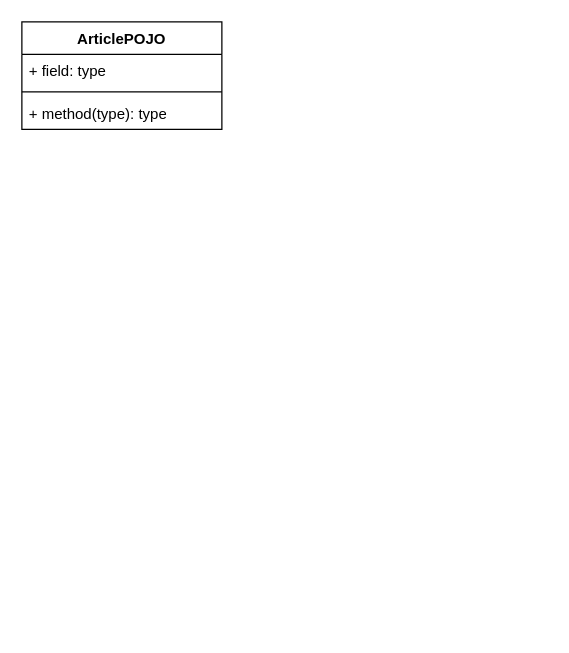
Above: UML.drawio in William-Practice/William-Practice (draw.io), before the change. Source tidied: cells renumbered, new cells numbered last; positions are measured from the earlier drawing's top-left corner, leaving out a move shared by most shapes. Both pictures are drawn from the tidied source at 125%, with x=0, y=0 at pixel (21, 21).
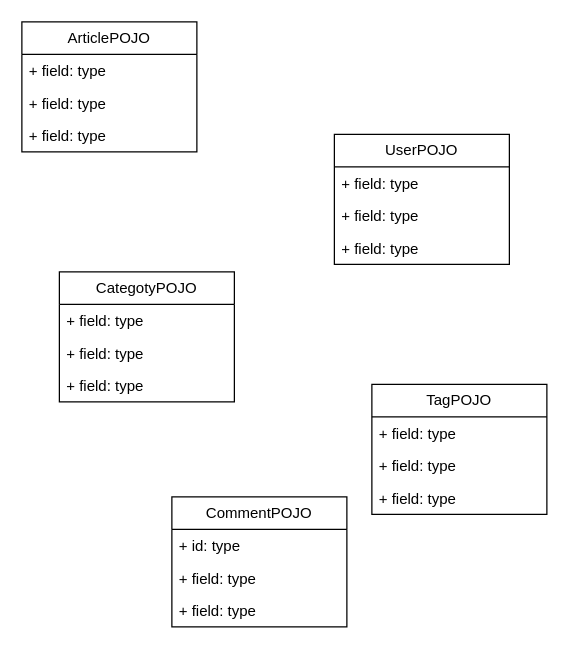
After the change.

The edit, as a diff of the source:
```diff
@@
-    <mxCell id="2" value="ArticlePOJO" style="swimlane;fontStyle=1;align=center;verticalAlign=top;horizontal=1;startSize=26;whiteSpace=wrap;html=1;" parent="1" vertex="1">
-      <mxGeometry width="160" height="86" as="geometry" />
+    <mxCell id="2" value="ArticlePOJO" style="swimlane;fontStyle=0;horizontal=1;startSize=26;fillColor=none;whiteSpace=wrap;html=1;" parent="1" vertex="1">
+      <mxGeometry width="140" height="104" as="geometry" />
     </mxCell>
-    <mxCell id="3" value="+ field: type" style="text;strokeColor=none;fillColor=none;align=left;verticalAlign=top;spacingLeft=4;spacingRight=4;overflow=hidden;whiteSpace=wrap;html=1;" parent="2" vertex="1">
-      <mxGeometry y="26" width="160" height="26" as="geometry" />
-    </mxCell>
-    <mxCell id="4" style="line;strokeWidth=1;fillColor=none;align=left;verticalAlign=middle;spacingTop=-1;spacingLeft=3;spacingRight=3;labelPosition=right;strokeColor=inherit;" parent="2" vertex="1">
-      <mxGeometry y="52" width="160" height="8" as="geometry" />
-    </mxCell>
-    <mxCell id="5" value="+ method(type): type" style="text;strokeColor=none;fillColor=none;align=left;verticalAlign=top;spacingLeft=4;spacingRight=4;overflow=hidden;whiteSpace=wrap;html=1;" parent="2" vertex="1">
-      <mxGeometry y="60" width="160" height="26" as="geometry" />
-    </mxCell>
+    <mxCell id="6" value="+ field: type" style="text;strokeColor=none;fillColor=none;align=left;verticalAlign=top;spacingLeft=4;spacingRight=4;overflow=hidden;whiteSpace=wrap;html=1;" parent="2" vertex="1">
+      <mxGeometry y="26" width="140" height="26" as="geometry" />
+    </mxCell>
+    <mxCell id="7" value="+ field: type" style="text;strokeColor=none;fillColor=none;align=left;verticalAlign=top;spacingLeft=4;spacingRight=4;overflow=hidden;whiteSpace=wrap;html=1;" parent="2" vertex="1">
+      <mxGeometry y="52" width="140" height="26" as="geometry" />
+    </mxCell>
+    <mxCell id="8" value="+ field: type" style="text;strokeColor=none;fillColor=none;align=left;verticalAlign=top;spacingLeft=4;spacingRight=4;overflow=hidden;whiteSpace=wrap;html=1;" parent="2" vertex="1">
+      <mxGeometry y="78" width="140" height="26" as="geometry" />
+    </mxCell>
+    <mxCell id="9" value="CategotyPOJO" style="swimlane;fontStyle=0;horizontal=1;startSize=26;fillColor=none;whiteSpace=wrap;html=1;" parent="1" vertex="1">
+      <mxGeometry x="30" y="200" width="140" height="104" as="geometry" />
+    </mxCell>
+    <mxCell id="10" value="+ field: type" style="text;strokeColor=none;fillColor=none;align=left;verticalAlign=top;spacingLeft=4;spacingRight=4;overflow=hidden;whiteSpace=wrap;html=1;" parent="9" vertex="1">
+      <mxGeometry y="26" width="140" height="26" as="geometry" />
+    </mxCell>
+    <mxCell id="11" value="+ field: type" style="text;strokeColor=none;fillColor=none;align=left;verticalAlign=top;spacingLeft=4;spacingRight=4;overflow=hidden;whiteSpace=wrap;html=1;" parent="9" vertex="1">
+      <mxGeometry y="52" width="140" height="26" as="geometry" />
+    </mxCell>
+    <mxCell id="12" value="+ field: type" style="text;strokeColor=none;fillColor=none;align=left;verticalAlign=top;spacingLeft=4;spacingRight=4;overflow=hidden;whiteSpace=wrap;html=1;" parent="9" vertex="1">
+      <mxGeometry y="78" width="140" height="26" as="geometry" />
+    </mxCell>
+    <mxCell id="13" value="UserPOJO" style="swimlane;fontStyle=0;horizontal=1;startSize=26;fillColor=none;whiteSpace=wrap;html=1;" parent="1" vertex="1">
+      <mxGeometry x="250" y="90" width="140" height="104" as="geometry" />
+    </mxCell>
+    <mxCell id="14" value="+ field: type" style="text;strokeColor=none;fillColor=none;align=left;verticalAlign=top;spacingLeft=4;spacingRight=4;overflow=hidden;whiteSpace=wrap;html=1;" parent="13" vertex="1">
+      <mxGeometry y="26" width="140" height="26" as="geometry" />
+    </mxCell>
+    <mxCell id="15" value="+ field: type" style="text;strokeColor=none;fillColor=none;align=left;verticalAlign=top;spacingLeft=4;spacingRight=4;overflow=hidden;whiteSpace=wrap;html=1;" parent="13" vertex="1">
+      <mxGeometry y="52" width="140" height="26" as="geometry" />
+    </mxCell>
+    <mxCell id="16" value="+ field: type" style="text;strokeColor=none;fillColor=none;align=left;verticalAlign=top;spacingLeft=4;spacingRight=4;overflow=hidden;whiteSpace=wrap;html=1;" parent="13" vertex="1">
+      <mxGeometry y="78" width="140" height="26" as="geometry" />
+    </mxCell>
+    <mxCell id="17" value="TagPOJO" style="swimlane;fontStyle=0;horizontal=1;startSize=26;fillColor=none;whiteSpace=wrap;html=1;" parent="1" vertex="1">
+      <mxGeometry x="280" y="290" width="140" height="104" as="geometry" />
+    </mxCell>
+    <mxCell id="18" value="+ field: type" style="text;strokeColor=none;fillColor=none;align=left;verticalAlign=top;spacingLeft=4;spacingRight=4;overflow=hidden;whiteSpace=wrap;html=1;" parent="17" vertex="1">
+      <mxGeometry y="26" width="140" height="26" as="geometry" />
+    </mxCell>
+    <mxCell id="19" value="+ field: type" style="text;strokeColor=none;fillColor=none;align=left;verticalAlign=top;spacingLeft=4;spacingRight=4;overflow=hidden;whiteSpace=wrap;html=1;" parent="17" vertex="1">
+      <mxGeometry y="52" width="140" height="26" as="geometry" />
+    </mxCell>
+    <mxCell id="20" value="+ field: type" style="text;strokeColor=none;fillColor=none;align=left;verticalAlign=top;spacingLeft=4;spacingRight=4;overflow=hidden;whiteSpace=wrap;html=1;" parent="17" vertex="1">
+      <mxGeometry y="78" width="140" height="26" as="geometry" />
+    </mxCell>
+    <mxCell id="21" value="CommentPOJO" style="swimlane;fontStyle=0;horizontal=1;startSize=26;fillColor=none;whiteSpace=wrap;html=1;" parent="1" vertex="1">
+      <mxGeometry x="120" y="380" width="140" height="104" as="geometry" />
+    </mxCell>
+    <mxCell id="22" value="+ id: type" style="text;strokeColor=none;fillColor=none;align=left;verticalAlign=top;spacingLeft=4;spacingRight=4;overflow=hidden;whiteSpace=wrap;html=1;" parent="21" vertex="1">
+      <mxGeometry y="26" width="140" height="26" as="geometry" />
+    </mxCell>
+    <mxCell id="23" value="+ field: type" style="text;strokeColor=none;fillColor=none;align=left;verticalAlign=top;spacingLeft=4;spacingRight=4;overflow=hidden;whiteSpace=wrap;html=1;" parent="21" vertex="1">
+      <mxGeometry y="52" width="140" height="26" as="geometry" />
+    </mxCell>
+    <mxCell id="24" value="+ field: type" style="text;strokeColor=none;fillColor=none;align=left;verticalAlign=top;spacingLeft=4;spacingRight=4;overflow=hidden;whiteSpace=wrap;html=1;" parent="21" vertex="1">
+      <mxGeometry y="78" width="140" height="26" as="geometry" />
+    </mxCell>
```
